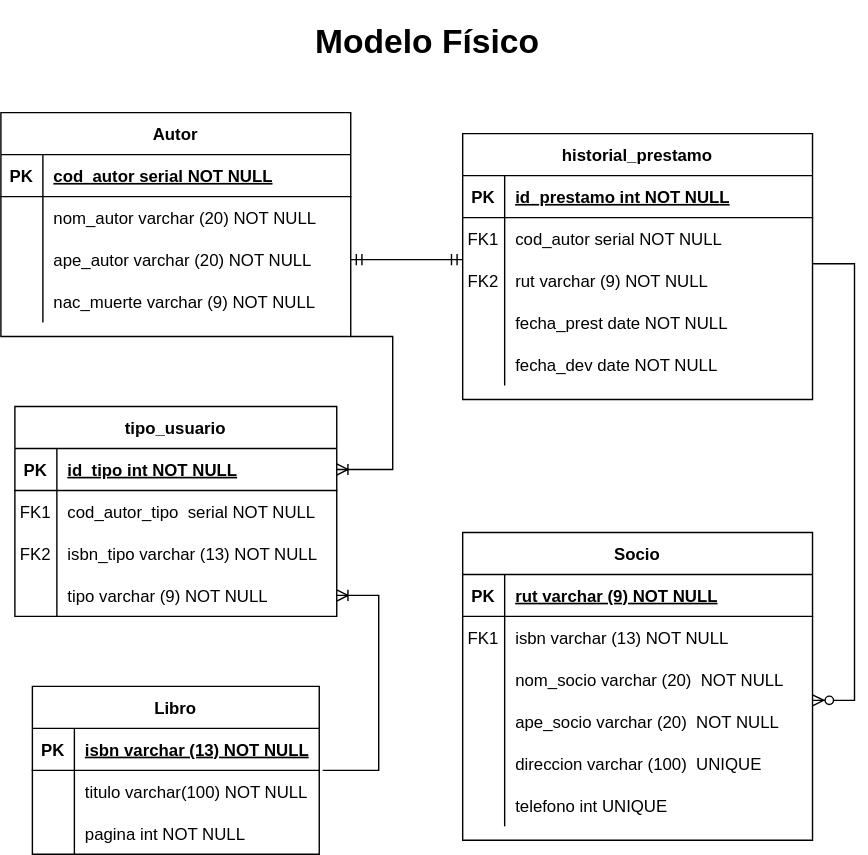
Before: Modelo fisico.drawio.svg, a diagram exported from draw.io (FranSantander/-Biblioteca). Source tidied: cells renumbered, new cells last; positions are measured from the earlier drawing's top-left corner, leaving out a move shared by most shapes. Its diagram source:
```xml
<mxGraphModel>
  <root>
    <mxCell id="0" />
    <mxCell id="1" parent="0" />
    <mxCell id="2" style="edgeStyle=entityRelationEdgeStyle;fontSize=12;html=1;endArrow=ERmandOne;startArrow=ERmandOne;rounded=0;exitX=1;exitY=0.5;exitDx=0;exitDy=0;entryX=0;entryY=0.5;entryDx=0;entryDy=0;" parent="1" edge="1">
      <mxGeometry relative="1" as="geometry">
        <mxPoint x="250" y="175" as="sourcePoint" />
        <mxPoint x="330" y="175" as="targetPoint" />
      </mxGeometry>
    </mxCell>
    <mxCell id="3" value="historial_prestamo" style="shape=table;startSize=30;rowLines=0;fontStyle=1;align=center;" parent="1" vertex="1">
      <mxGeometry x="330" y="85" width="250" height="190" as="geometry" />
    </mxCell>
    <mxCell id="4" style="shape=partialRectangle;fillColor=none;top=0;left=0;right=0;bottom=1;" parent="3" vertex="1">
      <mxGeometry y="30" width="250" height="30" as="geometry" />
    </mxCell>
    <mxCell id="5" value="PK" style="shape=partialRectangle;overflow=hidden;fillColor=none;top=0;left=0;bottom=0;right=0;fontStyle=1;" parent="4" vertex="1">
      <mxGeometry width="30" height="30" as="geometry" />
    </mxCell>
    <mxCell id="6" value="id_prestamo int NOT NULL " style="shape=partialRectangle;overflow=hidden;fillColor=none;top=0;left=0;bottom=0;right=0;align=left;spacingLeft=6;fontStyle=5;" parent="4" vertex="1">
      <mxGeometry x="30" width="220" height="30" as="geometry" />
    </mxCell>
    <mxCell id="7" style="shape=partialRectangle;fillColor=none;top=0;left=0;right=0;bottom=0;" parent="3" vertex="1">
      <mxGeometry y="60" width="250" height="30" as="geometry" />
    </mxCell>
    <mxCell id="8" value="FK1" style="shape=partialRectangle;overflow=hidden;fillColor=none;top=0;left=0;bottom=0;right=0;" parent="7" vertex="1">
      <mxGeometry width="30" height="30" as="geometry" />
    </mxCell>
    <mxCell id="9" value="cod_autor serial NOT NULL" style="shape=partialRectangle;overflow=hidden;fillColor=none;top=0;left=0;bottom=0;right=0;align=left;spacingLeft=6;fontStyle=0;" parent="7" vertex="1">
      <mxGeometry x="30" width="220" height="30" as="geometry" />
    </mxCell>
    <mxCell id="10" style="shape=partialRectangle;fillColor=none;points=[[0,0.5],[1,0.5]];portConstraint=eastwest;top=0;left=0;right=0;bottom=0;" parent="3" vertex="1">
      <mxGeometry y="90" width="250" height="30" as="geometry" />
    </mxCell>
    <mxCell id="11" value="FK2" style="shape=partialRectangle;overflow=hidden;fillColor=none;top=0;left=0;bottom=0;right=0;" parent="10" vertex="1">
      <mxGeometry width="30" height="30" as="geometry" />
    </mxCell>
    <mxCell id="12" value="rut varchar (9) NOT NULL" style="shape=partialRectangle;overflow=hidden;fillColor=none;top=0;left=0;bottom=0;right=0;align=left;spacingLeft=6;" parent="10" vertex="1">
      <mxGeometry x="30" width="220" height="30" as="geometry" />
    </mxCell>
    <mxCell id="13" style="shape=partialRectangle;fillColor=none;top=0;left=0;right=0;bottom=0;" parent="3" vertex="1">
      <mxGeometry y="120" width="250" height="30" as="geometry" />
    </mxCell>
    <mxCell id="14" style="shape=partialRectangle;overflow=hidden;fillColor=none;top=0;left=0;bottom=0;right=0;" parent="13" vertex="1">
      <mxGeometry width="30" height="30" as="geometry" />
    </mxCell>
    <mxCell id="15" value="fecha_prest date NOT NULL" style="shape=partialRectangle;overflow=hidden;fillColor=none;top=0;left=0;bottom=0;right=0;align=left;spacingLeft=6;" parent="13" vertex="1">
      <mxGeometry x="30" width="220" height="30" as="geometry" />
    </mxCell>
    <mxCell id="16" style="shape=partialRectangle;fillColor=none;top=0;left=0;right=0;bottom=0;" parent="3" vertex="1">
      <mxGeometry y="150" width="250" height="30" as="geometry" />
    </mxCell>
    <mxCell id="17" style="shape=partialRectangle;overflow=hidden;fillColor=none;top=0;left=0;bottom=0;right=0;" parent="16" vertex="1">
      <mxGeometry width="30" height="30" as="geometry" />
    </mxCell>
    <mxCell id="18" value="fecha_dev date NOT NULL" style="shape=partialRectangle;overflow=hidden;fillColor=none;top=0;left=0;bottom=0;right=0;align=left;spacingLeft=6;" parent="16" vertex="1">
      <mxGeometry x="30" width="220" height="30" as="geometry" />
    </mxCell>
    <mxCell id="19" value="Socio" style="shape=table;startSize=30;rowLines=0;fontStyle=1;align=center;" parent="1" vertex="1">
      <mxGeometry x="330" y="370" width="250" height="220" as="geometry" />
    </mxCell>
    <mxCell id="20" style="shape=partialRectangle;fillColor=none;top=0;left=0;right=0;bottom=1;" parent="19" vertex="1">
      <mxGeometry y="30" width="250" height="30" as="geometry" />
    </mxCell>
    <mxCell id="21" value="PK" style="shape=partialRectangle;overflow=hidden;fillColor=none;top=0;left=0;bottom=0;right=0;fontStyle=1;" parent="20" vertex="1">
      <mxGeometry width="30" height="30" as="geometry" />
    </mxCell>
    <mxCell id="22" value="rut varchar (9) NOT NULL " style="shape=partialRectangle;overflow=hidden;fillColor=none;top=0;left=0;bottom=0;right=0;align=left;spacingLeft=6;fontStyle=5;" parent="20" vertex="1">
      <mxGeometry x="30" width="220" height="30" as="geometry" />
    </mxCell>
    <mxCell id="23" style="shape=partialRectangle;fillColor=none;top=0;left=0;right=0;bottom=0;" parent="19" vertex="1">
      <mxGeometry y="60" width="250" height="30" as="geometry" />
    </mxCell>
    <mxCell id="24" value="FK1" style="shape=partialRectangle;overflow=hidden;fillColor=none;top=0;left=0;bottom=0;right=0;" parent="23" vertex="1">
      <mxGeometry width="30" height="30" as="geometry" />
    </mxCell>
    <mxCell id="25" value="isbn varchar (13) NOT NULL" style="shape=partialRectangle;overflow=hidden;fillColor=none;top=0;left=0;bottom=0;right=0;align=left;spacingLeft=6;" parent="23" vertex="1">
      <mxGeometry x="30" width="220" height="30" as="geometry" />
    </mxCell>
    <mxCell id="26" style="shape=partialRectangle;fillColor=none;top=0;left=0;right=0;bottom=0;" parent="19" vertex="1">
      <mxGeometry y="90" width="250" height="30" as="geometry" />
    </mxCell>
    <mxCell id="27" style="shape=partialRectangle;overflow=hidden;fillColor=none;top=0;left=0;bottom=0;right=0;" parent="26" vertex="1">
      <mxGeometry width="30" height="30" as="geometry" />
    </mxCell>
    <mxCell id="28" value="nom_socio varchar (20)  NOT NULL" style="shape=partialRectangle;overflow=hidden;fillColor=none;top=0;left=0;bottom=0;right=0;align=left;spacingLeft=6;" parent="26" vertex="1">
      <mxGeometry x="30" width="220" height="30" as="geometry" />
    </mxCell>
    <mxCell id="29" style="shape=partialRectangle;fillColor=none;points=[[0,0.5],[1,0.5]];portConstraint=eastwest;top=0;left=0;right=0;bottom=0;" parent="19" vertex="1">
      <mxGeometry y="120" width="250" height="30" as="geometry" />
    </mxCell>
    <mxCell id="30" style="shape=partialRectangle;overflow=hidden;fillColor=none;top=0;left=0;bottom=0;right=0;" parent="29" vertex="1">
      <mxGeometry width="30" height="30" as="geometry" />
    </mxCell>
    <mxCell id="31" value="ape_socio varchar (20)  NOT NULL" style="shape=partialRectangle;overflow=hidden;fillColor=none;top=0;left=0;bottom=0;right=0;align=left;spacingLeft=6;" parent="29" vertex="1">
      <mxGeometry x="30" width="220" height="30" as="geometry" />
    </mxCell>
    <mxCell id="32" style="shape=partialRectangle;fillColor=none;top=0;left=0;right=0;bottom=0;" parent="19" vertex="1">
      <mxGeometry y="150" width="250" height="30" as="geometry" />
    </mxCell>
    <mxCell id="33" style="shape=partialRectangle;overflow=hidden;fillColor=none;top=0;left=0;bottom=0;right=0;" parent="32" vertex="1">
      <mxGeometry width="30" height="30" as="geometry" />
    </mxCell>
    <mxCell id="34" value="direccion varchar (100)  UNIQUE" style="shape=partialRectangle;overflow=hidden;fillColor=none;top=0;left=0;bottom=0;right=0;align=left;spacingLeft=6;" parent="32" vertex="1">
      <mxGeometry x="30" width="220" height="30" as="geometry" />
    </mxCell>
    <mxCell id="35" style="shape=partialRectangle;fillColor=none;top=0;left=0;right=0;bottom=0;" parent="19" vertex="1">
      <mxGeometry y="180" width="250" height="30" as="geometry" />
    </mxCell>
    <mxCell id="36" style="shape=partialRectangle;overflow=hidden;fillColor=none;top=0;left=0;bottom=0;right=0;" parent="35" vertex="1">
      <mxGeometry width="30" height="30" as="geometry" />
    </mxCell>
    <mxCell id="37" value="telefono int UNIQUE" style="shape=partialRectangle;overflow=hidden;fillColor=none;top=0;left=0;bottom=0;right=0;align=left;spacingLeft=6;" parent="35" vertex="1">
      <mxGeometry x="30" width="220" height="30" as="geometry" />
    </mxCell>
    <mxCell id="38" style="edgeStyle=entityRelationEdgeStyle;fontSize=12;html=1;endArrow=ERzeroToMany;endFill=1;rounded=0;exitX=1;exitY=0.1;exitDx=0;exitDy=0;startArrow=none;exitPerimeter=0;entryX=1;entryY=0;entryDx=0;entryDy=0;entryPerimeter=0;" parent="1" edge="1" source="10" target="29">
      <mxGeometry relative="1" as="geometry" />
    </mxCell>
    <mxCell id="39" value="&lt;h1&gt;Modelo Físico&lt;/h1&gt;" style="text;html=1;strokeColor=none;fillColor=none;spacing=5;spacingTop=-20;whiteSpace=wrap;overflow=hidden;rounded=0;" parent="1" vertex="1">
      <mxGeometry x="220" width="170" height="40" as="geometry" />
    </mxCell>
    <mxCell id="40" value="Autor" style="shape=table;startSize=30;rowLines=0;fontStyle=1;align=center;" parent="1" vertex="1">
      <mxGeometry y="70" width="250" height="160" as="geometry" />
    </mxCell>
    <mxCell id="41" style="shape=tableRow;horizontal=0;startSize=0;swimlaneHead=0;swimlaneBody=0;fillColor=none;top=0;left=0;right=0;bottom=1;" parent="40" vertex="1">
      <mxGeometry y="30" width="250" height="30" as="geometry" />
    </mxCell>
    <mxCell id="42" value="PK" style="shape=partialRectangle;fillColor=none;top=0;left=0;bottom=0;right=0;fontStyle=1;overflow=hidden;" parent="41" vertex="1">
      <mxGeometry width="30" height="30" as="geometry" />
    </mxCell>
    <mxCell id="43" value="cod_autor serial NOT NULL" style="shape=partialRectangle;fillColor=none;top=0;left=0;bottom=0;right=0;align=left;spacingLeft=6;fontStyle=5;overflow=hidden;" parent="41" vertex="1">
      <mxGeometry x="30" width="220" height="30" as="geometry" />
    </mxCell>
    <mxCell id="44" style="shape=tableRow;horizontal=0;startSize=0;swimlaneHead=0;swimlaneBody=0;fillColor=none;top=0;left=0;right=0;bottom=0;" parent="40" vertex="1">
      <mxGeometry y="60" width="250" height="30" as="geometry" />
    </mxCell>
    <mxCell id="45" style="shape=partialRectangle;fillColor=none;top=0;left=0;bottom=0;right=0;overflow=hidden;" parent="44" vertex="1">
      <mxGeometry width="30" height="30" as="geometry" />
    </mxCell>
    <mxCell id="46" value="nom_autor varchar (20) NOT NULL" style="shape=partialRectangle;fillColor=none;top=0;left=0;bottom=0;right=0;align=left;spacingLeft=6;overflow=hidden;" parent="44" vertex="1">
      <mxGeometry x="30" width="220" height="30" as="geometry" />
    </mxCell>
    <mxCell id="47" style="shape=tableRow;horizontal=0;startSize=0;swimlaneHead=0;swimlaneBody=0;fillColor=none;top=0;left=0;right=0;bottom=0;" parent="40" vertex="1">
      <mxGeometry y="90" width="250" height="30" as="geometry" />
    </mxCell>
    <mxCell id="48" style="shape=partialRectangle;fillColor=none;top=0;left=0;bottom=0;right=0;overflow=hidden;" parent="47" vertex="1">
      <mxGeometry width="30" height="30" as="geometry" />
    </mxCell>
    <mxCell id="49" value="ape_autor varchar (20) NOT NULL" style="shape=partialRectangle;fillColor=none;top=0;left=0;bottom=0;right=0;align=left;spacingLeft=6;overflow=hidden;" parent="47" vertex="1">
      <mxGeometry x="30" width="220" height="30" as="geometry" />
    </mxCell>
    <mxCell id="50" style="shape=tableRow;horizontal=0;startSize=0;swimlaneHead=0;swimlaneBody=0;fillColor=none;top=0;left=0;right=0;bottom=0;" parent="40" vertex="1">
      <mxGeometry y="120" width="250" height="30" as="geometry" />
    </mxCell>
    <mxCell id="51" style="shape=partialRectangle;fillColor=none;top=0;left=0;bottom=0;right=0;overflow=hidden;" parent="50" vertex="1">
      <mxGeometry width="30" height="30" as="geometry" />
    </mxCell>
    <mxCell id="52" value="nac_muerte varchar (9) NOT NULL" style="shape=partialRectangle;fillColor=none;top=0;left=0;bottom=0;right=0;align=left;spacingLeft=6;overflow=hidden;" parent="50" vertex="1">
      <mxGeometry x="30" width="220" height="30" as="geometry" />
    </mxCell>
    <mxCell id="53" value="Libro" style="shape=table;startSize=30;rowLines=0;fontStyle=1;align=center;" parent="1" vertex="1">
      <mxGeometry x="22.5" y="480" width="205" height="120" as="geometry" />
    </mxCell>
    <mxCell id="54" style="shape=partialRectangle;fillColor=none;points=[[0,0.5],[1,0.5]];portConstraint=eastwest;top=0;left=0;right=0;bottom=1;" parent="53" vertex="1">
      <mxGeometry y="30" width="205" height="30" as="geometry" />
    </mxCell>
    <mxCell id="55" value="PK" style="shape=partialRectangle;overflow=hidden;fillColor=none;top=0;left=0;bottom=0;right=0;fontStyle=1;" parent="54" vertex="1">
      <mxGeometry width="30" height="30" as="geometry" />
    </mxCell>
    <mxCell id="56" value="isbn varchar (13) NOT NULL " style="shape=partialRectangle;overflow=hidden;fillColor=none;top=0;left=0;bottom=0;right=0;align=left;spacingLeft=6;fontStyle=5;" parent="54" vertex="1">
      <mxGeometry x="30" width="175" height="30" as="geometry" />
    </mxCell>
    <mxCell id="57" style="shape=partialRectangle;fillColor=none;top=0;left=0;right=0;bottom=0;" parent="53" vertex="1">
      <mxGeometry y="60" width="205" height="30" as="geometry" />
    </mxCell>
    <mxCell id="58" style="shape=partialRectangle;overflow=hidden;fillColor=none;top=0;left=0;bottom=0;right=0;" parent="57" vertex="1">
      <mxGeometry width="30" height="30" as="geometry" />
    </mxCell>
    <mxCell id="59" value="titulo varchar(100) NOT NULL" style="shape=partialRectangle;overflow=hidden;fillColor=none;top=0;left=0;bottom=0;right=0;align=left;spacingLeft=6;" parent="57" vertex="1">
      <mxGeometry x="30" width="175" height="30" as="geometry" />
    </mxCell>
    <mxCell id="60" style="shape=partialRectangle;fillColor=none;top=0;left=0;right=0;bottom=0;" parent="53" vertex="1">
      <mxGeometry y="90" width="205" height="30" as="geometry" />
    </mxCell>
    <mxCell id="61" style="shape=partialRectangle;overflow=hidden;fillColor=none;top=0;left=0;bottom=0;right=0;" parent="60" vertex="1">
      <mxGeometry width="30" height="30" as="geometry" />
    </mxCell>
    <mxCell id="62" value="pagina int NOT NULL" style="shape=partialRectangle;overflow=hidden;fillColor=none;top=0;left=0;bottom=0;right=0;align=left;spacingLeft=6;" parent="60" vertex="1">
      <mxGeometry x="30" width="175" height="30" as="geometry" />
    </mxCell>
    <mxCell id="63" value="tipo_usuario" style="shape=table;startSize=30;rowLines=0;fontStyle=1;align=center;" parent="1" vertex="1">
      <mxGeometry x="10" y="280" width="230" height="150" as="geometry" />
    </mxCell>
    <mxCell id="64" style="shape=tableRow;horizontal=0;startSize=0;swimlaneHead=0;swimlaneBody=0;fillColor=none;points=[[0,0.5],[1,0.5]];portConstraint=eastwest;top=0;left=0;right=0;bottom=1;" parent="63" vertex="1">
      <mxGeometry y="30" width="230" height="30" as="geometry" />
    </mxCell>
    <mxCell id="65" value="PK" style="shape=partialRectangle;fillColor=none;top=0;left=0;bottom=0;right=0;fontStyle=1;overflow=hidden;" parent="64" vertex="1">
      <mxGeometry width="30" height="30" as="geometry" />
    </mxCell>
    <mxCell id="66" value="id_tipo int NOT NULL" style="shape=partialRectangle;fillColor=none;top=0;left=0;bottom=0;right=0;align=left;spacingLeft=6;fontStyle=5;overflow=hidden;" parent="64" vertex="1">
      <mxGeometry x="30" width="200" height="30" as="geometry" />
    </mxCell>
    <mxCell id="67" style="shape=tableRow;horizontal=0;startSize=0;swimlaneHead=0;swimlaneBody=0;fillColor=none;top=0;left=0;right=0;bottom=0;" parent="63" vertex="1">
      <mxGeometry y="60" width="230" height="30" as="geometry" />
    </mxCell>
    <mxCell id="68" value="FK1" style="shape=partialRectangle;fillColor=none;top=0;left=0;bottom=0;right=0;overflow=hidden;" parent="67" vertex="1">
      <mxGeometry width="30" height="30" as="geometry" />
    </mxCell>
    <mxCell id="69" value="cod_autor_tipo  serial NOT NULL" style="shape=partialRectangle;fillColor=none;top=0;left=0;bottom=0;right=0;align=left;spacingLeft=6;overflow=hidden;" parent="67" vertex="1">
      <mxGeometry x="30" width="200" height="30" as="geometry" />
    </mxCell>
    <mxCell id="70" style="shape=tableRow;horizontal=0;startSize=0;swimlaneHead=0;swimlaneBody=0;fillColor=none;top=0;left=0;right=0;bottom=0;" parent="63" vertex="1">
      <mxGeometry y="90" width="230" height="30" as="geometry" />
    </mxCell>
    <mxCell id="71" value="FK2" style="shape=partialRectangle;fillColor=none;top=0;left=0;bottom=0;right=0;overflow=hidden;" parent="70" vertex="1">
      <mxGeometry width="30" height="30" as="geometry" />
    </mxCell>
    <mxCell id="72" value="isbn_tipo varchar (13) NOT NULL" style="shape=partialRectangle;fillColor=none;top=0;left=0;bottom=0;right=0;align=left;spacingLeft=6;overflow=hidden;" parent="70" vertex="1">
      <mxGeometry x="30" width="200" height="30" as="geometry" />
    </mxCell>
    <mxCell id="73" style="shape=tableRow;horizontal=0;startSize=0;swimlaneHead=0;swimlaneBody=0;fillColor=none;points=[[0,0.5],[1,0.5]];portConstraint=eastwest;top=0;left=0;right=0;bottom=0;" parent="63" vertex="1">
      <mxGeometry y="120" width="230" height="30" as="geometry" />
    </mxCell>
    <mxCell id="74" style="shape=partialRectangle;fillColor=none;top=0;left=0;bottom=0;right=0;overflow=hidden;" parent="73" vertex="1">
      <mxGeometry width="30" height="30" as="geometry" />
    </mxCell>
    <mxCell id="75" value="tipo varchar (9) NOT NULL" style="shape=partialRectangle;fillColor=none;top=0;left=0;bottom=0;right=0;align=left;spacingLeft=6;overflow=hidden;" parent="73" vertex="1">
      <mxGeometry x="30" width="200" height="30" as="geometry" />
    </mxCell>
    <mxCell id="76" style="edgeStyle=entityRelationEdgeStyle;fontSize=12;html=1;endArrow=ERoneToMany;rounded=0;jumpStyle=none;exitX=1.012;exitY=1;exitDx=0;exitDy=0;exitPerimeter=0;" parent="1" edge="1" source="54" target="73">
      <mxGeometry relative="1" as="geometry" />
    </mxCell>
    <mxCell id="77" style="edgeStyle=entityRelationEdgeStyle;fontSize=12;html=1;endArrow=ERoneToMany;rounded=0;jumpStyle=none;entryX=1;entryY=0.5;entryDx=0;entryDy=0;" parent="1" edge="1" target="64">
      <mxGeometry relative="1" as="geometry">
        <mxPoint x="250" y="230" as="sourcePoint" />
      </mxGeometry>
    </mxCell>
  </root>
</mxGraphModel>
```
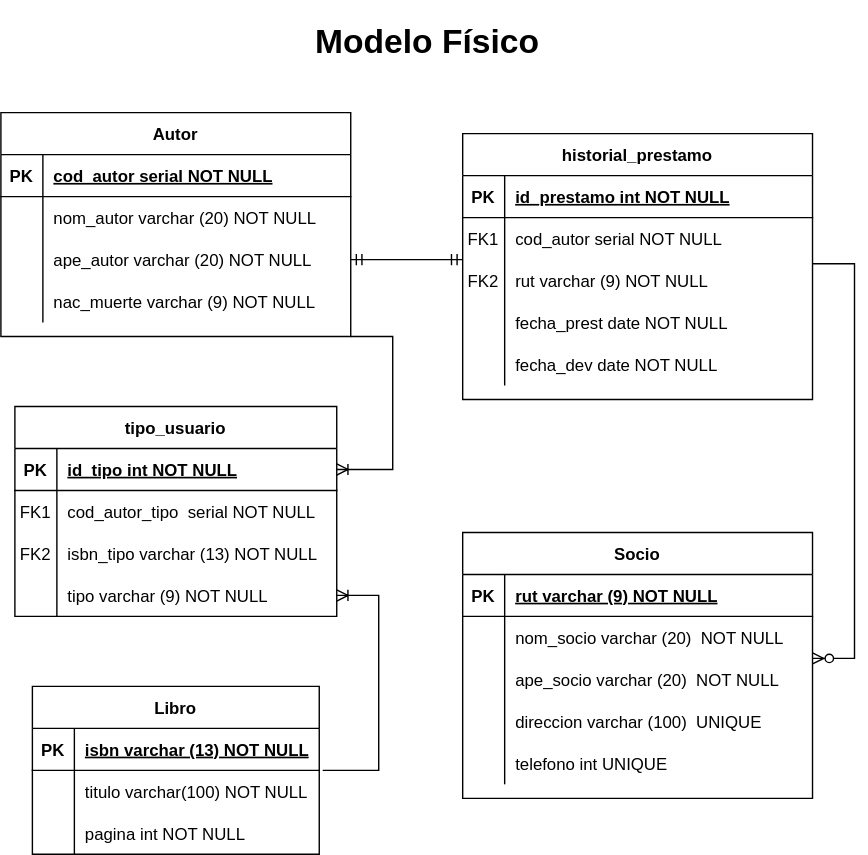
After the commit.

What changed in the source:
```diff
@@ -57,7 +57,7 @@
       <mxGeometry x="30" width="220" height="30" as="geometry" />
     </mxCell>
     <mxCell id="19" value="Socio" style="shape=table;startSize=30;rowLines=0;fontStyle=1;align=center;" parent="1" vertex="1">
-      <mxGeometry x="330" y="370" width="250" height="220" as="geometry" />
+      <mxGeometry x="330" y="370" width="250" height="190" as="geometry" />
     </mxCell>
     <mxCell id="20" style="shape=partialRectangle;fillColor=none;top=0;left=0;right=0;bottom=1;" parent="19" vertex="1">
       <mxGeometry y="30" width="250" height="30" as="geometry" />
@@ -68,17 +68,8 @@
     <mxCell id="22" value="rut varchar (9) NOT NULL " style="shape=partialRectangle;overflow=hidden;fillColor=none;top=0;left=0;bottom=0;right=0;align=left;spacingLeft=6;fontStyle=5;" parent="20" vertex="1">
       <mxGeometry x="30" width="220" height="30" as="geometry" />
     </mxCell>
-    <mxCell id="23" style="shape=partialRectangle;fillColor=none;top=0;left=0;right=0;bottom=0;" parent="19" vertex="1">
-      <mxGeometry y="60" width="250" height="30" as="geometry" />
-    </mxCell>
-    <mxCell id="24" value="FK1" style="shape=partialRectangle;overflow=hidden;fillColor=none;top=0;left=0;bottom=0;right=0;" parent="23" vertex="1">
-      <mxGeometry width="30" height="30" as="geometry" />
-    </mxCell>
-    <mxCell id="25" value="isbn varchar (13) NOT NULL" style="shape=partialRectangle;overflow=hidden;fillColor=none;top=0;left=0;bottom=0;right=0;align=left;spacingLeft=6;" parent="23" vertex="1">
-      <mxGeometry x="30" width="220" height="30" as="geometry" />
-    </mxCell>
     <mxCell id="26" style="shape=partialRectangle;fillColor=none;top=0;left=0;right=0;bottom=0;" parent="19" vertex="1">
-      <mxGeometry y="90" width="250" height="30" as="geometry" />
+      <mxGeometry y="60" width="250" height="30" as="geometry" />
     </mxCell>
     <mxCell id="27" style="shape=partialRectangle;overflow=hidden;fillColor=none;top=0;left=0;bottom=0;right=0;" parent="26" vertex="1">
       <mxGeometry width="30" height="30" as="geometry" />
@@ -87,7 +78,7 @@
       <mxGeometry x="30" width="220" height="30" as="geometry" />
     </mxCell>
     <mxCell id="29" style="shape=partialRectangle;fillColor=none;points=[[0,0.5],[1,0.5]];portConstraint=eastwest;top=0;left=0;right=0;bottom=0;" parent="19" vertex="1">
-      <mxGeometry y="120" width="250" height="30" as="geometry" />
+      <mxGeometry y="90" width="250" height="30" as="geometry" />
     </mxCell>
     <mxCell id="30" style="shape=partialRectangle;overflow=hidden;fillColor=none;top=0;left=0;bottom=0;right=0;" parent="29" vertex="1">
       <mxGeometry width="30" height="30" as="geometry" />
@@ -96,7 +87,7 @@
       <mxGeometry x="30" width="220" height="30" as="geometry" />
     </mxCell>
     <mxCell id="32" style="shape=partialRectangle;fillColor=none;top=0;left=0;right=0;bottom=0;" parent="19" vertex="1">
-      <mxGeometry y="150" width="250" height="30" as="geometry" />
+      <mxGeometry y="120" width="250" height="30" as="geometry" />
     </mxCell>
     <mxCell id="33" style="shape=partialRectangle;overflow=hidden;fillColor=none;top=0;left=0;bottom=0;right=0;" parent="32" vertex="1">
       <mxGeometry width="30" height="30" as="geometry" />
@@ -105,7 +96,7 @@
       <mxGeometry x="30" width="220" height="30" as="geometry" />
     </mxCell>
     <mxCell id="35" style="shape=partialRectangle;fillColor=none;top=0;left=0;right=0;bottom=0;" parent="19" vertex="1">
-      <mxGeometry y="180" width="250" height="30" as="geometry" />
+      <mxGeometry y="150" width="250" height="30" as="geometry" />
     </mxCell>
     <mxCell id="36" style="shape=partialRectangle;overflow=hidden;fillColor=none;top=0;left=0;bottom=0;right=0;" parent="35" vertex="1">
       <mxGeometry width="30" height="30" as="geometry" />
```
